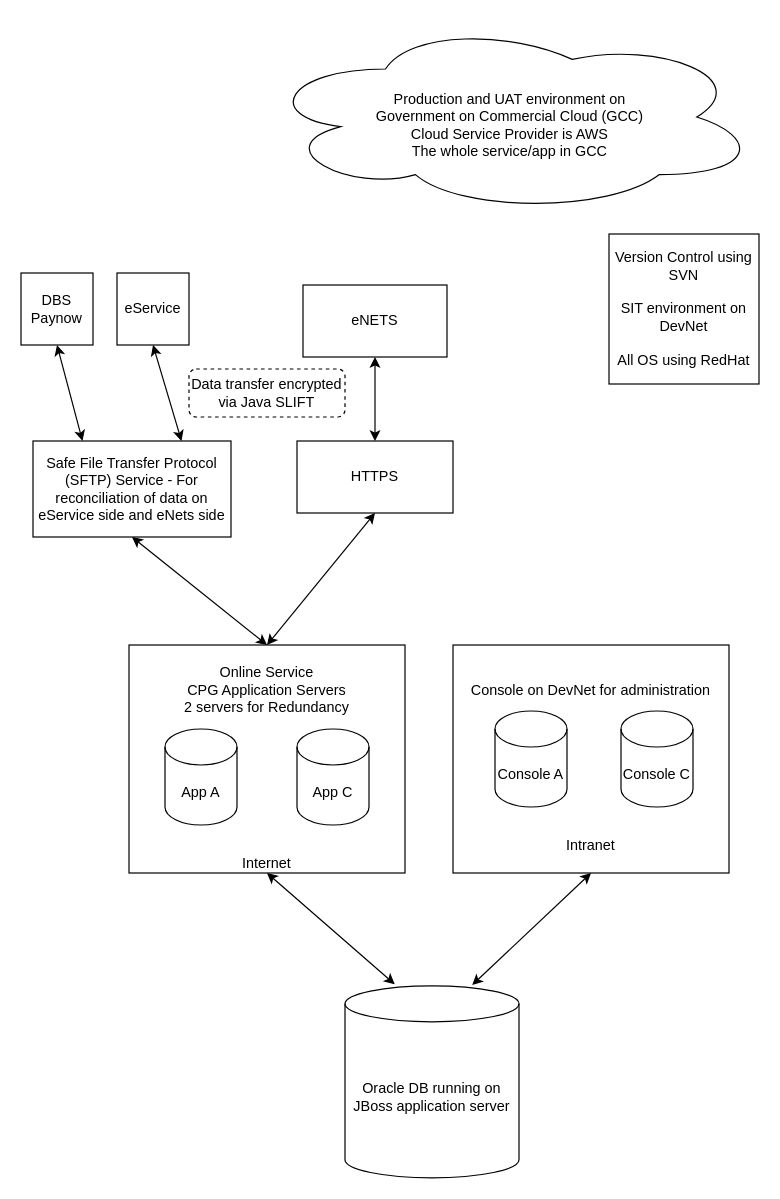
Earlier version of the draw.io diagram MOM CPG Architecture.drawio (bobbestben/draw.io). Source tidied: cells renumbered, new cells numbered last; positions are measured from the earlier drawing's top-left corner, leaving out a move shared by most shapes. Both pictures are drawn from the tidied source at 120%, with x=0, y=0 at pixel (20, 20).
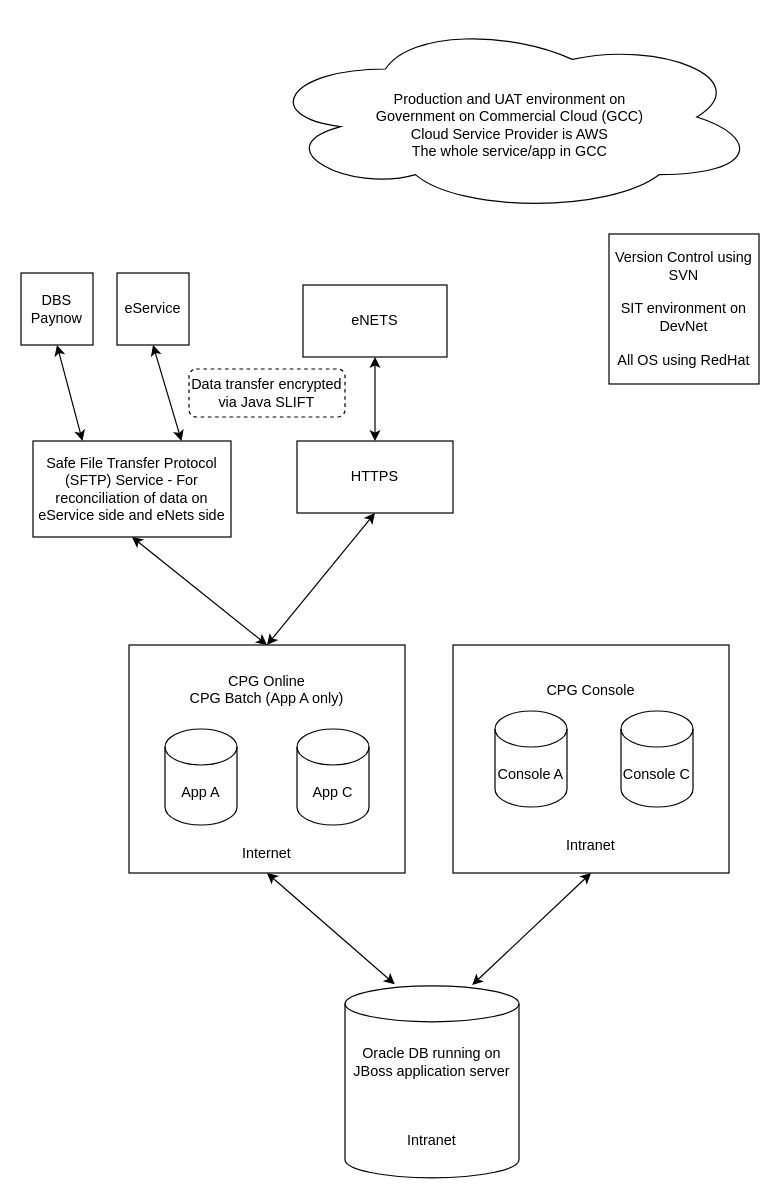
After the change.

The change refers to these unchanged cells:
```xml
<mxCell id="2" style="group;" parent="1" vertex="1">
  <mxGeometry x="90" y="520" width="230" height="190" as="geometry" />
</mxCell>
<mxCell id="6" style="group;" parent="1" vertex="1">
  <mxGeometry x="360" y="520" width="230" height="190" as="geometry" />
</mxCell>
```

What changed in the source:
```diff
@@
-    <mxCell id="3" value="&lt;br&gt;Online Service&lt;br&gt;CPG Application Servers&lt;br&gt;2 servers for Redundancy&lt;br&gt;&lt;br&gt;&lt;br&gt;&lt;br&gt;&lt;br&gt;&lt;br&gt;&lt;br&gt;&lt;br&gt;&lt;br&gt;Internet" style="rounded=0;whiteSpace=wrap;html=1;" parent="2" vertex="1">
+    <mxCell id="3" value="&lt;br&gt;CPG Online&lt;br&gt;CPG Batch (App A only)&lt;br&gt;&lt;br&gt;&lt;br&gt;&lt;br&gt;&lt;br&gt;&lt;br&gt;&lt;br&gt;&lt;br&gt;&lt;br&gt;Internet" style="rounded=0;whiteSpace=wrap;html=1;" parent="2" vertex="1">
       <mxGeometry width="230" height="190" as="geometry" />
     </mxCell>
@@
-    <mxCell id="7" value="&lt;br&gt;Console on DevNet for administration&lt;br&gt;&lt;br&gt;&lt;br&gt;&lt;br&gt;&lt;br&gt;&lt;br&gt;&lt;br&gt;&lt;br&gt;&lt;br&gt;Intranet" style="rounded=0;whiteSpace=wrap;html=1;" parent="6" vertex="1">
+    <mxCell id="7" value="&lt;br&gt;CPG Console&lt;br&gt;&lt;br&gt;&lt;br&gt;&lt;br&gt;&lt;br&gt;&lt;br&gt;&lt;br&gt;&lt;br&gt;&lt;br&gt;Intranet" style="rounded=0;whiteSpace=wrap;html=1;" parent="6" vertex="1">
       <mxGeometry width="230" height="190" as="geometry" />
     </mxCell>
@@
-    <mxCell id="21" value="Oracle DB running on JBoss application server" style="shape=cylinder3;whiteSpace=wrap;html=1;boundedLbl=1;backgroundOutline=1;size=15;" parent="1" vertex="1">
+    <mxCell id="21" value="Oracle DB running on JBoss application server&lt;br&gt;&lt;br&gt;&lt;br&gt;&lt;br&gt;Intranet" style="shape=cylinder3;whiteSpace=wrap;html=1;boundedLbl=1;backgroundOutline=1;size=15;" parent="1" vertex="1">
       <mxGeometry x="270" y="804" width="145" height="160" as="geometry" />
     </mxCell>
```
